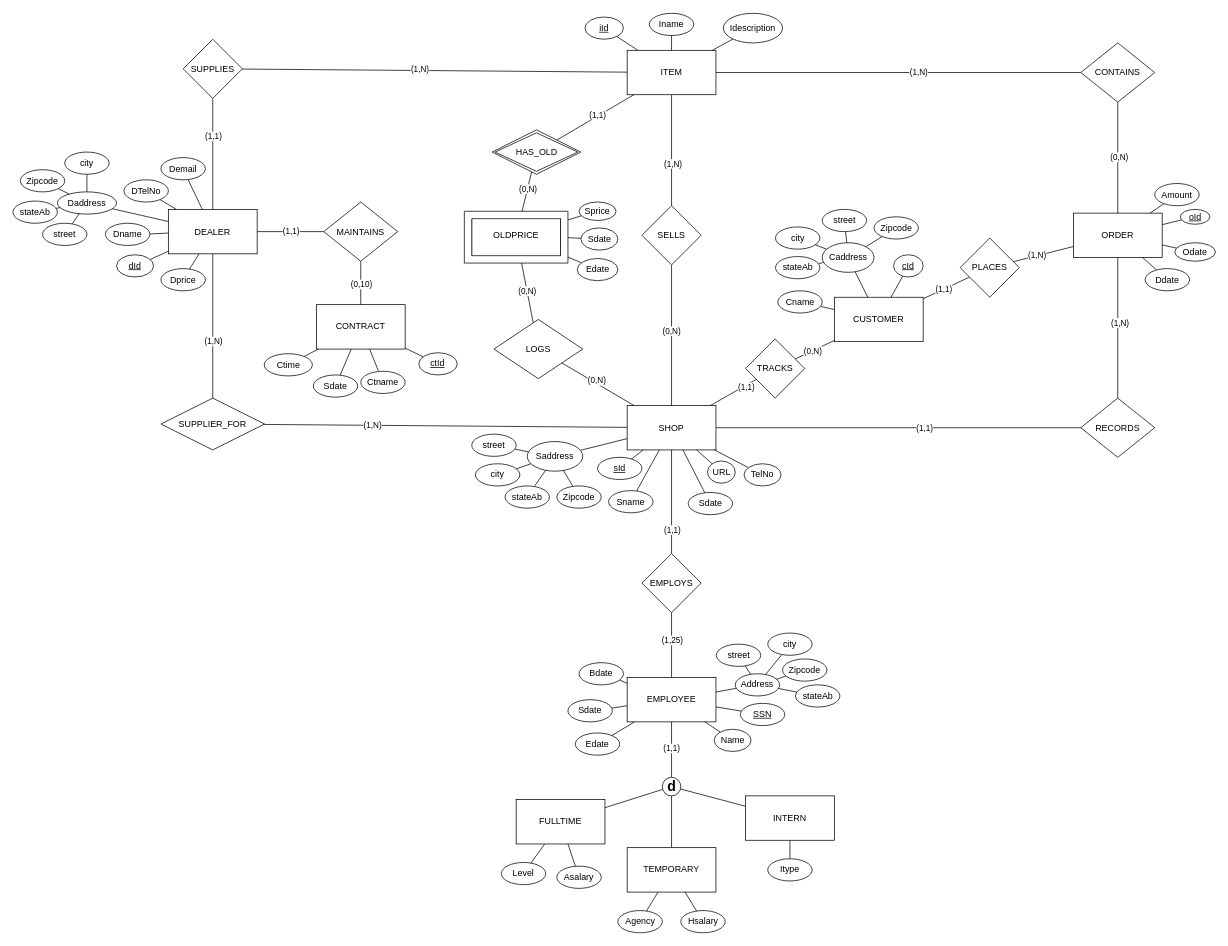
Above: EER_Diagram.drawio in n1ck007/cse3330_project (draw.io), before the change. Source tidied: cells renumbered, new cells numbered last; positions are measured from the earlier drawing's top-left corner, leaving out a move shared by most shapes. Both pictures are drawn from the tidied source at 74%, with x=0, y=0 at pixel (13, 13).
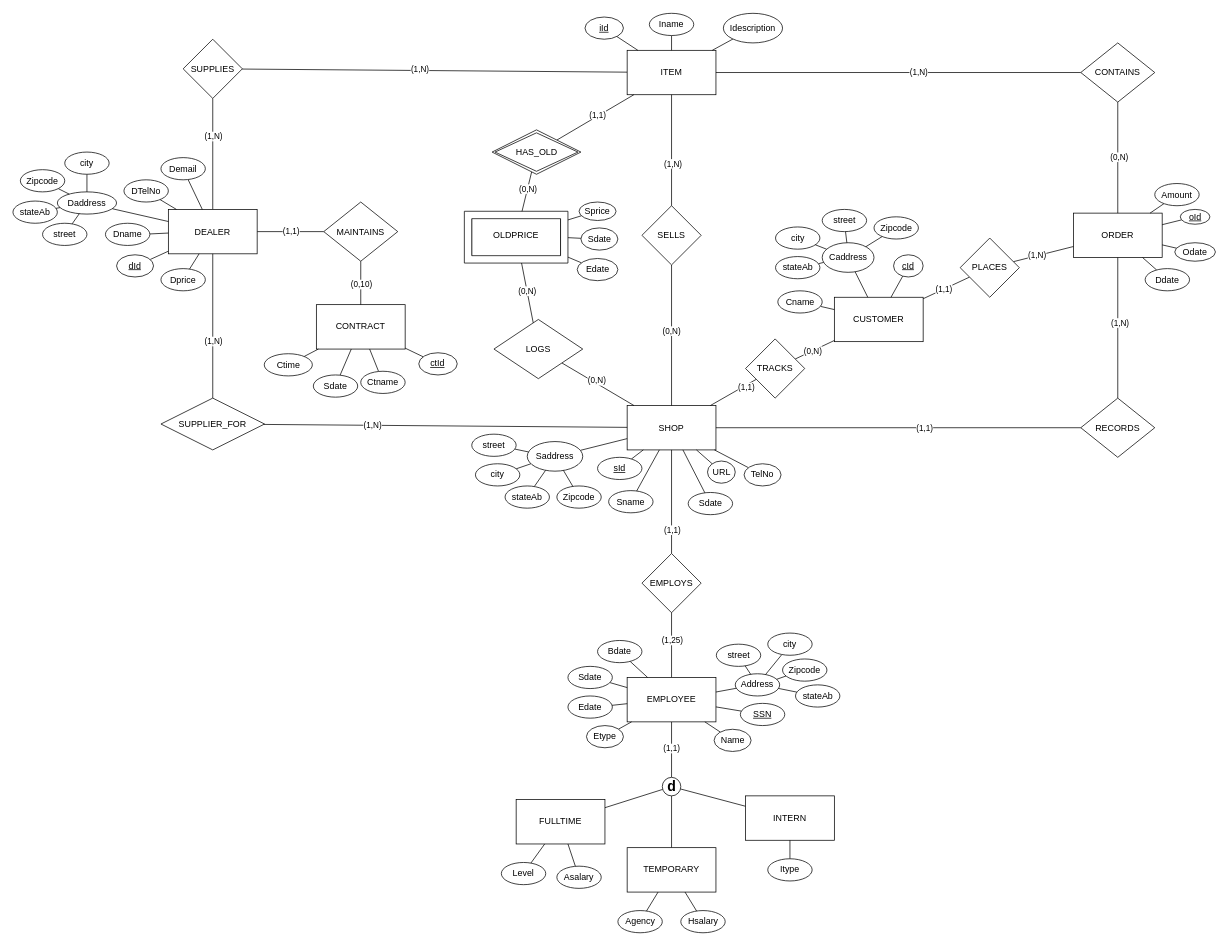
The same diagram, later.

The change refers to these unchanged cells:
```xml
<mxCell id="10" value="EMPLOYEE" style="rounded=0;whiteSpace=wrap;html=1;" parent="1" vertex="1">
  <mxGeometry x="830" y="898" width="120" height="60" as="geometry" />
</mxCell>
<mxCell id="18" style="rounded=0;jettySize=auto;html=1;startArrow=none;startFill=0;endArrow=none;endFill=0;" parent="1" edge="1" source="22" target="26">
  <mxGeometry relative="1" as="geometry" />
</mxCell>
```

The edit, as a diff of the source:
```diff
@@
-    <mxCell id="19" value="(1,1)" style="edgeLabel;html=1;align=center;verticalAlign=middle;" parent="18" vertex="1">
+    <mxCell id="19" value="(1,N)" style="edgeLabel;html=1;align=center;verticalAlign=middle;" parent="18" vertex="1">
       <mxGeometry x="0.33" y="2" relative="1" as="geometry">
         <mxPoint x="2" y="1" as="offset" />
       </mxGeometry>
     </mxCell>
@@
     <mxCell id="96" value="Sdate" style="ellipse;whiteSpace=wrap;html=1;strokeColor=default;align=center;verticalAlign=middle;fontFamily=Helvetica;fontSize=12;fontColor=default;fillColor=default;" parent="1" vertex="1">
-      <mxGeometry x="750" y="928" width="60" height="30" as="geometry" />
+      <mxGeometry x="750" y="883" width="60" height="30" as="geometry" />
     </mxCell>
     <mxCell id="97" value="Edate" style="ellipse;whiteSpace=wrap;html=1;strokeColor=default;align=center;verticalAlign=middle;fontFamily=Helvetica;fontSize=12;fontColor=default;fillColor=default;" parent="1" vertex="1">
-      <mxGeometry x="760" y="973" width="60" height="30" as="geometry" />
+      <mxGeometry x="750" y="923" width="60" height="30" as="geometry" />
     </mxCell>
@@
     <mxCell id="99" value="Bdate" style="ellipse;whiteSpace=wrap;html=1;strokeColor=default;align=center;verticalAlign=middle;fontFamily=Helvetica;fontSize=12;fontColor=default;fillColor=default;" parent="1" vertex="1">
-      <mxGeometry x="765" y="878" width="60" height="30" as="geometry" />
+      <mxGeometry x="790" y="848" width="60" height="30" as="geometry" />
     </mxCell>
@@
+    <mxCell id="187" style="rounded=0;jettySize=auto;html=1;endArrow=none;endFill=0;" parent="1" edge="1" source="188" target="10">
+      <mxGeometry relative="1" as="geometry" />
+    </mxCell>
+    <mxCell id="188" value="Etype" style="ellipse;whiteSpace=wrap;html=1;" parent="1" vertex="1">
+      <mxGeometry x="775" y="963" width="50" height="30" as="geometry" />
+    </mxCell>
```
